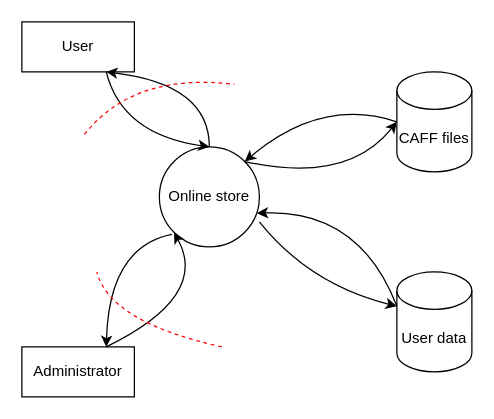
Earlier version of the draw.io diagram diagrams/system_environment.drawio (VidarHUN/szamitogep-biztonsag). Source tidied: cells renumbered, new cells numbered last; positions are measured from the earlier drawing's top-left corner, leaving out a move shared by most shapes. Both pictures are drawn from the tidied source at 125%, with x=0, y=0 at pixel (21, 21).
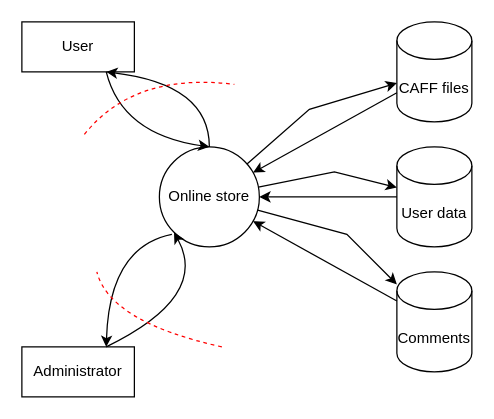
The same page after the edit.

Commit message (it also covers changes not shown here):
Add threat assessment diagram

The change refers to these unchanged cells:
```xml
<mxCell id="2" value="Online store" style="ellipse;whiteSpace=wrap;html=1;" parent="1" vertex="1">
  <mxGeometry x="110" y="100" width="80" height="80" as="geometry" />
</mxCell>
```

What changed in the source:
```diff
@@
     <mxCell id="5" value="User data" style="shape=cylinder3;whiteSpace=wrap;html=1;boundedLbl=1;backgroundOutline=1;size=15;" parent="1" vertex="1">
-      <mxGeometry x="300" y="200" width="60" height="80" as="geometry" />
+      <mxGeometry x="300" y="100" width="60" height="80" as="geometry" />
     </mxCell>
     <mxCell id="6" value="CAFF files" style="shape=cylinder3;whiteSpace=wrap;html=1;boundedLbl=1;backgroundOutline=1;size=15;" parent="1" vertex="1">
-      <mxGeometry x="300" y="40" width="60" height="80" as="geometry" />
+      <mxGeometry x="300" width="60" height="80" as="geometry" />
     </mxCell>
@@
-    <mxCell id="11" style="curved=1;endArrow=classic;html=1;rounded=0;entryX=0;entryY=0;entryDx=0;entryDy=27.5;entryPerimeter=0;" parent="1" edge="1" target="5">
-      <mxGeometry relative="1" as="geometry">
-        <mxPoint x="190" y="160" as="sourcePoint" />
-        <Array as="points">
-          <mxPoint x="230" y="210" />
-        </Array>
-      </mxGeometry>
-    </mxCell>
-    <mxCell id="12" style="curved=1;endArrow=classic;html=1;rounded=0;exitX=0;exitY=0;exitDx=0;exitDy=27.5;exitPerimeter=0;entryX=0.975;entryY=0.663;entryDx=0;entryDy=0;entryPerimeter=0;" parent="1" edge="1" source="5" target="2">
-      <mxGeometry relative="1" as="geometry">
-        <Array as="points">
-          <mxPoint x="270" y="150" />
-        </Array>
-      </mxGeometry>
-    </mxCell>
+    <mxCell id="15" style="endArrow=none;html=1;endFill=0;dashed=1;strokeColor=#FF0000;curved=1;" parent="1" edge="1">
+      <mxGeometry relative="1" as="geometry">
+        <mxPoint x="50" y="90" as="sourcePoint" />
+        <mxPoint x="170" y="50" as="targetPoint" />
+        <Array as="points">
+          <mxPoint x="90" y="40" />
+        </Array>
+      </mxGeometry>
+    </mxCell>
+    <mxCell id="16" style="endArrow=none;html=1;endFill=0;dashed=1;strokeColor=#FF0000;curved=1;" parent="1" edge="1">
+      <mxGeometry relative="1" as="geometry">
+        <mxPoint x="160" y="260" as="sourcePoint" />
+        <mxPoint x="60" y="200" as="targetPoint" />
+        <Array as="points">
+          <mxPoint x="70" y="240" />
+        </Array>
+      </mxGeometry>
+    </mxCell>
+    <mxCell id="17" value="Comments" style="shape=cylinder3;whiteSpace=wrap;html=1;boundedLbl=1;backgroundOutline=1;size=15;" parent="1" vertex="1">
+      <mxGeometry x="300" y="200" width="60" height="80" as="geometry" />
+    </mxCell>
-    <mxCell id="13" style="curved=1;endArrow=classic;html=1;rounded=0;entryX=0;entryY=0.5;entryDx=0;entryDy=0;entryPerimeter=0;exitX=1;exitY=0;exitDx=0;exitDy=0;" parent="1" edge="1" source="2" target="6">
+    <mxCell id="13" style="endArrow=classic;html=1;rounded=0;" parent="1" edge="1" source="2" target="6">
       <mxGeometry relative="1" as="geometry">
         <Array as="points">
-          <mxPoint x="260" y="130" />
+          <mxPoint x="230" y="70" />
         </Array>
       </mxGeometry>
     </mxCell>
-    <mxCell id="14" style="curved=1;endArrow=classic;html=1;rounded=0;exitX=0;exitY=0.5;exitDx=0;exitDy=0;exitPerimeter=0;entryX=1;entryY=0;entryDx=0;entryDy=0;" parent="1" edge="1" source="6" target="2">
-      <mxGeometry relative="1" as="geometry">
-        <Array as="points">
-          <mxPoint x="240" y="60" />
-        </Array>
-      </mxGeometry>
+    <mxCell id="14" style="endArrow=classic;html=1;rounded=0;" parent="1" edge="1" source="6" target="2">
+      <mxGeometry relative="1" as="geometry" />
     </mxCell>
-    <mxCell id="15" style="endArrow=none;html=1;endFill=0;dashed=1;strokeColor=#FF0000;curved=1;" parent="1" edge="1">
-      <mxGeometry relative="1" as="geometry">
-        <mxPoint x="50" y="90" as="sourcePoint" />
-        <mxPoint x="170" y="50" as="targetPoint" />
-        <Array as="points">
-          <mxPoint x="90" y="40" />
-        </Array>
-      </mxGeometry>
-    </mxCell>
-    <mxCell id="16" style="endArrow=none;html=1;endFill=0;dashed=1;strokeColor=#FF0000;curved=1;" parent="1" edge="1">
-      <mxGeometry relative="1" as="geometry">
-        <mxPoint x="160" y="260" as="sourcePoint" />
-        <mxPoint x="60" y="200" as="targetPoint" />
-        <Array as="points">
-          <mxPoint x="70" y="240" />
-        </Array>
-      </mxGeometry>
-    </mxCell>
+    <mxCell id="18" style="endArrow=classic;html=1;rounded=0;" parent="1" edge="1" source="2" target="5">
+      <mxGeometry relative="1" as="geometry">
+        <Array as="points">
+          <mxPoint x="250" y="120" />
+        </Array>
+      </mxGeometry>
+    </mxCell>
+    <mxCell id="12" style="endArrow=classic;html=1;rounded=0;" parent="1" edge="1" source="5" target="2">
+      <mxGeometry relative="1" as="geometry" />
+    </mxCell>
+    <mxCell id="19" style="endArrow=classic;html=1;rounded=0;" parent="1" edge="1" source="2" target="17">
+      <mxGeometry relative="1" as="geometry">
+        <Array as="points">
+          <mxPoint x="260" y="170" />
+        </Array>
+      </mxGeometry>
+    </mxCell>
+    <mxCell id="20" style="endArrow=classic;html=1;rounded=0;" parent="1" edge="1" source="17" target="2">
+      <mxGeometry relative="1" as="geometry" />
+    </mxCell>
```
